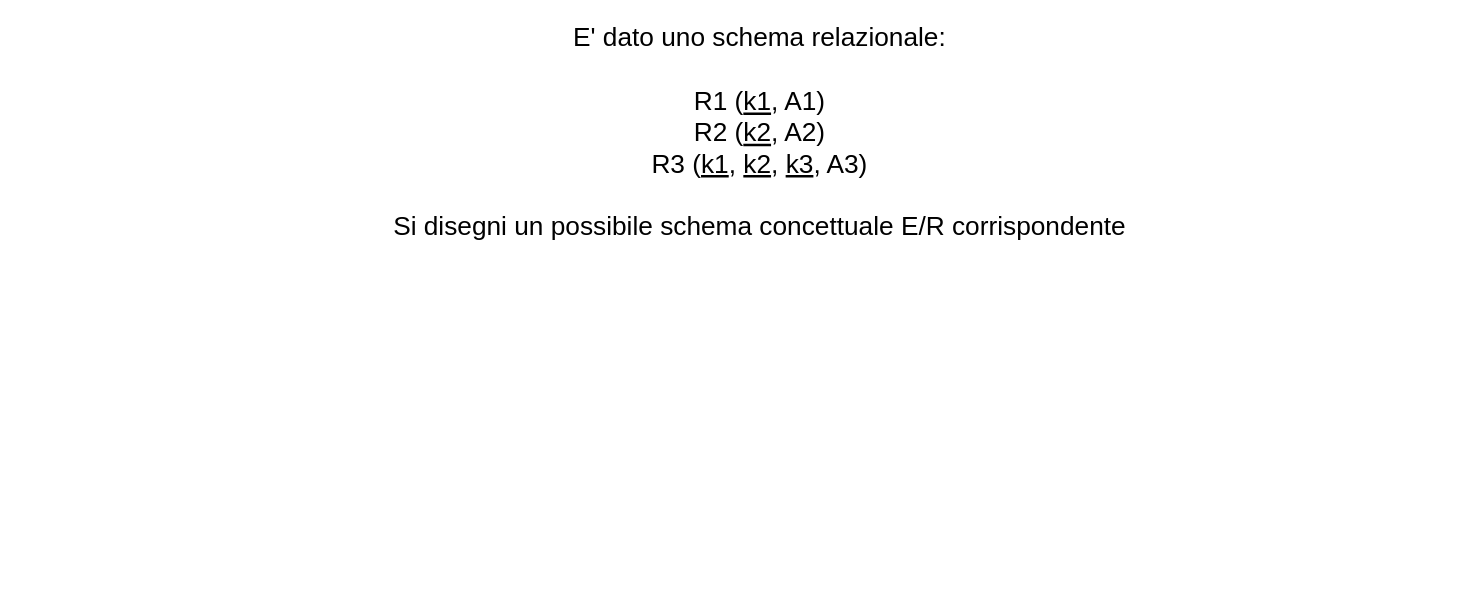
Earlier version of the draw.io diagram Schemi E:R/elenco specifiche-01.drawio (LittleBitProgrammer/Eserciziario-Basi-Di-Dati). Source tidied: cells renumbered, new cells numbered last; positions are measured from the earlier drawing's top-left corner, leaving out a move shared by most shapes. Both pictures are drawn from the tidied source at 125%, with x=0, y=0 at pixel (384, 56).
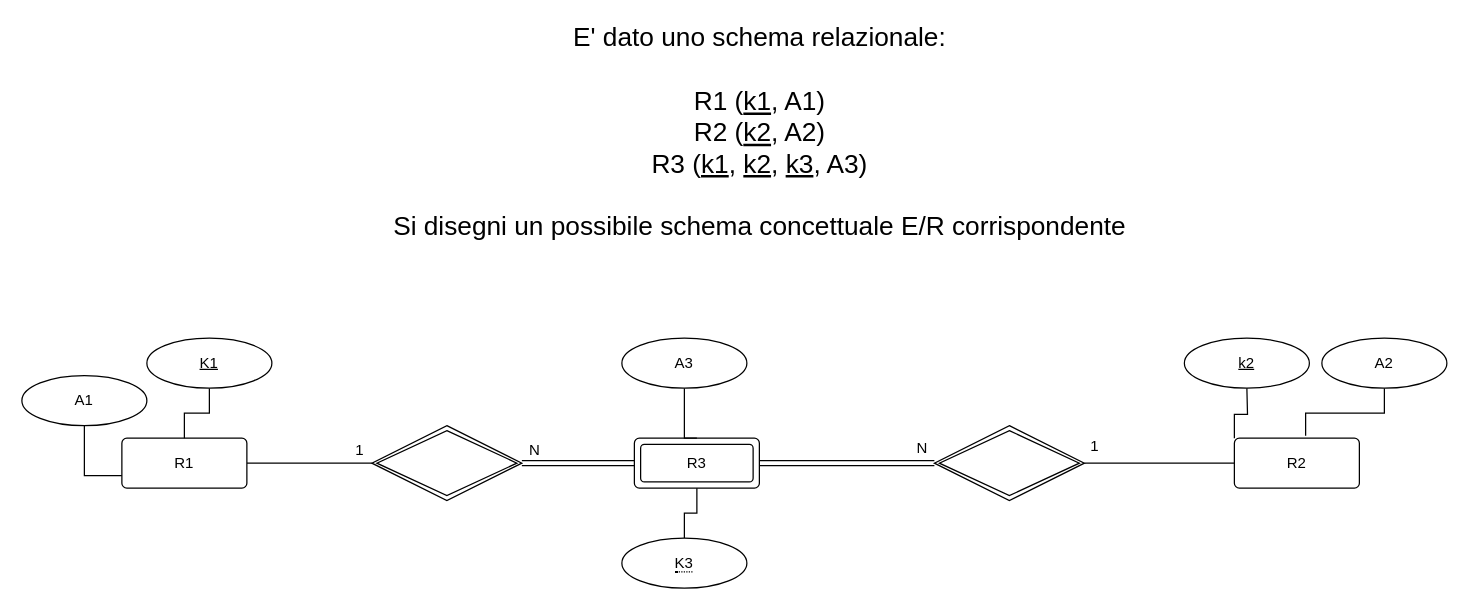
After the change.

Change to the diagram source:
```diff
@@
+    <mxCell id="3" style="edgeStyle=orthogonalEdgeStyle;rounded=0;jettySize=auto;html=1;entryX=0;entryY=0.5;entryDx=0;entryDy=0;endArrow=none;endFill=0;" parent="1" edge="1" source="4" target="18">
+      <mxGeometry relative="1" as="geometry" />
+    </mxCell>
+    <mxCell id="4" value="R1" style="rounded=1;arcSize=10;whiteSpace=wrap;html=1;align=center;" parent="1" vertex="1">
+      <mxGeometry x="-210" y="305" width="100" height="40" as="geometry" />
+    </mxCell>
+    <mxCell id="5" value="R2" style="rounded=1;arcSize=10;whiteSpace=wrap;html=1;align=center;" parent="1" vertex="1">
+      <mxGeometry x="680" y="305" width="100" height="40" as="geometry" />
+    </mxCell>
+    <mxCell id="6" value="R3" style="shape=ext;margin=3;double=1;rounded=1;arcSize=10;whiteSpace=wrap;html=1;align=center;" parent="1" vertex="1">
+      <mxGeometry x="200" y="305" width="100" height="40" as="geometry" />
+    </mxCell>
+    <mxCell id="7" style="edgeStyle=orthogonalEdgeStyle;rounded=0;jettySize=auto;html=1;entryX=0.5;entryY=0;entryDx=0;entryDy=0;endArrow=none;endFill=0;" parent="1" edge="1" source="8" target="4">
+      <mxGeometry relative="1" as="geometry" />
+    </mxCell>
+    <mxCell id="8" value="K1" style="ellipse;whiteSpace=wrap;html=1;align=center;fontStyle=4;" parent="1" vertex="1">
+      <mxGeometry x="-190" y="225" width="100" height="40" as="geometry" />
+    </mxCell>
+    <mxCell id="9" style="edgeStyle=orthogonalEdgeStyle;rounded=0;jettySize=auto;html=1;entryX=0;entryY=0;entryDx=0;entryDy=0;endArrow=none;endFill=0;exitX=0.5;exitY=1;exitDx=0;exitDy=0;" parent="1" edge="1" target="5">
+      <mxGeometry relative="1" as="geometry">
+        <mxPoint x="690" y="265" as="sourcePoint" />
+      </mxGeometry>
+    </mxCell>
+    <mxCell id="10" style="edgeStyle=orthogonalEdgeStyle;rounded=0;jettySize=auto;html=1;entryX=0.5;entryY=1;entryDx=0;entryDy=0;endArrow=none;endFill=0;exitX=0.5;exitY=0;exitDx=0;exitDy=0;" parent="1" edge="1" source="23" target="6">
+      <mxGeometry relative="1" as="geometry" />
+    </mxCell>
+    <mxCell id="11" style="edgeStyle=orthogonalEdgeStyle;rounded=0;jettySize=auto;html=1;entryX=0;entryY=0.75;entryDx=0;entryDy=0;endArrow=none;endFill=0;" parent="1" edge="1" source="12" target="4">
+      <mxGeometry relative="1" as="geometry" />
+    </mxCell>
+    <mxCell id="12" value="A1" style="ellipse;whiteSpace=wrap;html=1;align=center;" parent="1" vertex="1">
+      <mxGeometry x="-290" y="255" width="100" height="40" as="geometry" />
+    </mxCell>
+    <mxCell id="13" style="edgeStyle=orthogonalEdgeStyle;rounded=0;jettySize=auto;html=1;entryX=0.57;entryY=-0.05;entryDx=0;entryDy=0;entryPerimeter=0;endArrow=none;endFill=0;" parent="1" edge="1" source="14" target="5">
+      <mxGeometry relative="1" as="geometry" />
+    </mxCell>
+    <mxCell id="14" value="A2" style="ellipse;whiteSpace=wrap;html=1;align=center;" parent="1" vertex="1">
+      <mxGeometry x="750" y="225" width="100" height="40" as="geometry" />
+    </mxCell>
+    <mxCell id="15" style="edgeStyle=orthogonalEdgeStyle;rounded=0;jettySize=auto;html=1;entryX=0.5;entryY=0;entryDx=0;entryDy=0;endArrow=none;endFill=0;" parent="1" edge="1" source="16" target="6">
+      <mxGeometry relative="1" as="geometry">
+        <Array as="points">
+          <mxPoint x="240" y="305" />
+        </Array>
+      </mxGeometry>
+    </mxCell>
+    <mxCell id="16" value="A3" style="ellipse;whiteSpace=wrap;html=1;align=center;" parent="1" vertex="1">
+      <mxGeometry x="190" y="225" width="100" height="40" as="geometry" />
+    </mxCell>
+    <mxCell id="17" style="edgeStyle=orthogonalEdgeStyle;rounded=0;jettySize=auto;html=1;endArrow=none;endFill=0;shape=link;entryX=0;entryY=0.5;entryDx=0;entryDy=0;" parent="1" edge="1" source="18" target="6">
+      <mxGeometry relative="1" as="geometry" />
+    </mxCell>
+    <mxCell id="18" style="shape=rhombus;double=1;perimeter=rhombusPerimeter;whiteSpace=wrap;html=1;align=center;" parent="1" vertex="1">
+      <mxGeometry x="-10" y="295" width="120" height="60" as="geometry" />
+    </mxCell>
+    <mxCell id="19" style="edgeStyle=orthogonalEdgeStyle;rounded=0;jettySize=auto;html=1;endArrow=none;endFill=0;" parent="1" edge="1" source="20">
+      <mxGeometry relative="1" as="geometry">
+        <mxPoint x="680" y="325" as="targetPoint" />
+      </mxGeometry>
+    </mxCell>
+    <mxCell id="20" style="shape=rhombus;double=1;perimeter=rhombusPerimeter;whiteSpace=wrap;html=1;align=center;" parent="1" vertex="1">
+      <mxGeometry x="440" y="295" width="120" height="60" as="geometry" />
+    </mxCell>
+    <mxCell id="21" value="1" style="text;html=1;align=center;verticalAlign=middle;" parent="1" vertex="1">
+      <mxGeometry x="-30" y="305" width="20" height="20" as="geometry" />
+    </mxCell>
+    <mxCell id="22" value="N" style="text;html=1;align=center;verticalAlign=middle;" parent="1" vertex="1">
+      <mxGeometry x="110" y="305" width="20" height="20" as="geometry" />
+    </mxCell>
+    <mxCell id="23" value="&lt;span style=&quot;border-bottom: 1px dotted&quot;&gt;K3&lt;/span&gt;" style="ellipse;whiteSpace=wrap;html=1;align=center;" parent="1" vertex="1">
+      <mxGeometry x="190" y="385" width="100" height="40" as="geometry" />
+    </mxCell>
+    <mxCell id="24" value="k2" style="ellipse;whiteSpace=wrap;html=1;align=center;fontStyle=4;" parent="1" vertex="1">
+      <mxGeometry x="640" y="225" width="100" height="40" as="geometry" />
+    </mxCell>
+    <mxCell id="25" style="edgeStyle=orthogonalEdgeStyle;shape=link;rounded=0;jettySize=auto;html=1;endArrow=none;endFill=0;entryX=0;entryY=0.5;entryDx=0;entryDy=0;exitX=1;exitY=0.5;exitDx=0;exitDy=0;" parent="1" edge="1" source="6" target="20">
+      <mxGeometry relative="1" as="geometry" />
+    </mxCell>
+    <mxCell id="26" value="N" style="text;html=1;align=center;verticalAlign=middle;" parent="1" vertex="1">
+      <mxGeometry x="420" y="303" width="20" height="20" as="geometry" />
+    </mxCell>
+    <mxCell id="27" value="1" style="text;html=1;align=center;verticalAlign=middle;" parent="1" vertex="1">
+      <mxGeometry x="558" y="302" width="20" height="20" as="geometry" />
+    </mxCell>
```
